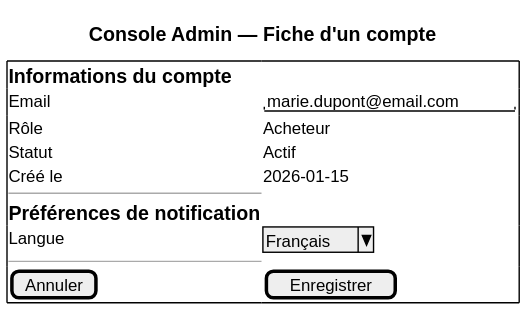
Above: architecture/04-physical-architecture/diagrams/ihm-admin-detail-compte.svg in louistalvande/online_shop (PlantUML), before the change. Its diagram source:
```plantuml
@startsalt ihm-admin-detail-compte
title Console Admin — Fiche d'un compte

{+
  == Informations du compte
  Email   | "marie.dupont@email.com"
  Rôle    | Acheteur
  Statut  | Actif
  Créé le | 2026-01-15
  --
  == Préférences de notification
  Langue  | ^Français^
  --
  [Annuler]                    | [Enregistrer]
}
@endsalt
```
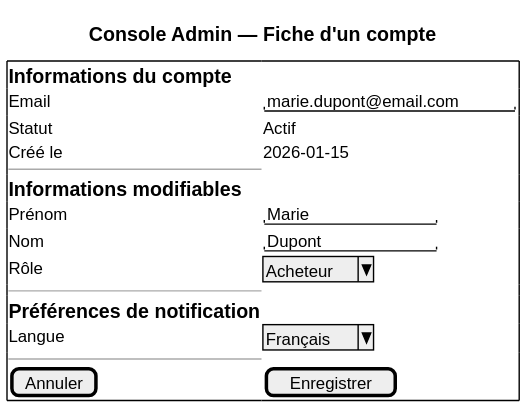
After the change.

Change to the diagram source:
```diff
@@ -4,9 +4,13 @@
 {+
   == Informations du compte
   Email   | "marie.dupont@email.com"
-  Rôle    | Acheteur
   Statut  | Actif
   Créé le | 2026-01-15
+  --
+  == Informations modifiables
+  Prénom  | "Marie          "
+  Nom     | "Dupont         "
+  Rôle    | ^Acheteur^
   --
   == Préférences de notification
   Langue  | ^Français^
```
